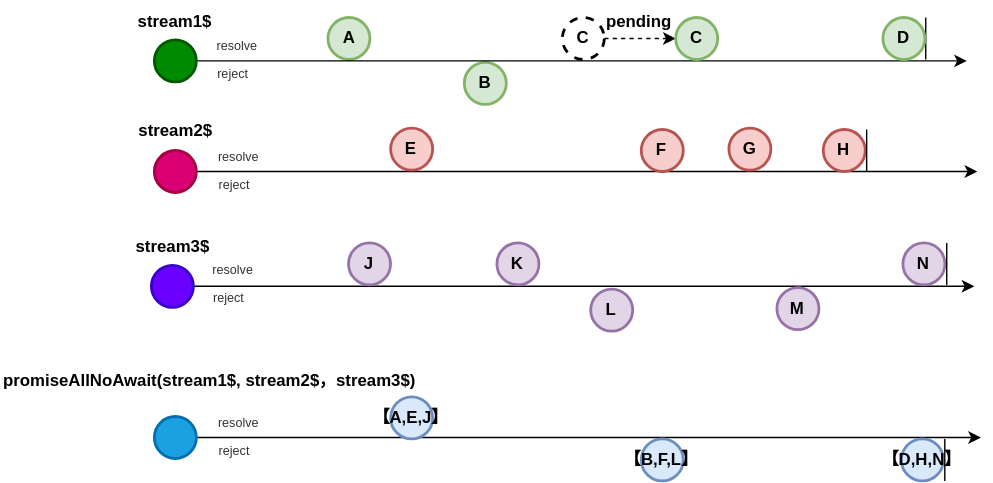
Before: docs/public/promiseAllNoAwait.drawio.svg, a diagram exported from draw.io (fluthjs/fluth-doc). Source tidied: cells renumbered, new cells last; positions are measured from the earlier drawing's top-left corner, leaving out a move shared by most shapes.
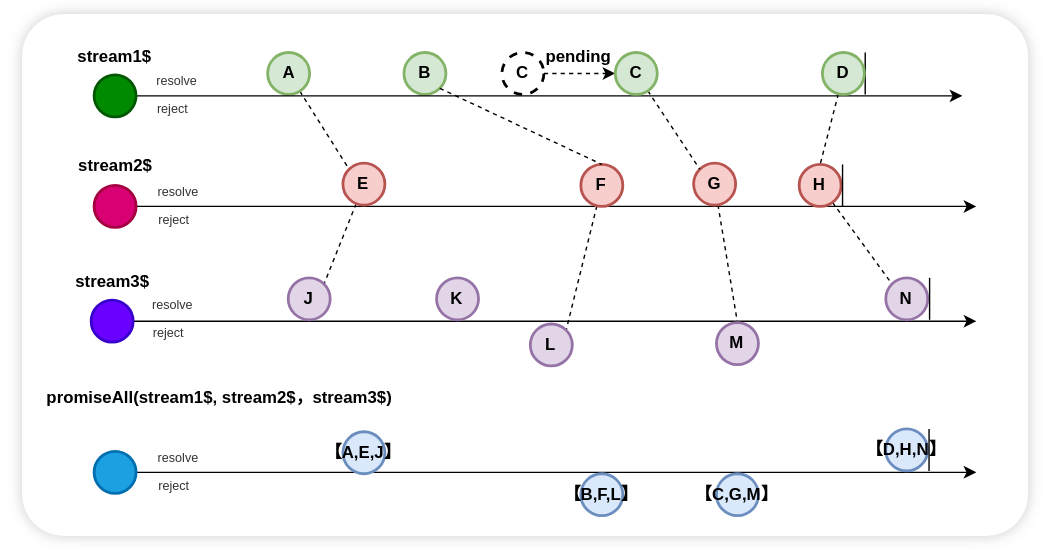
After the commit.

What changed in the source:
```diff
@@ -2,131 +2,161 @@
   <root>
     <mxCell id="0" />
     <mxCell id="1" parent="0" />
-    <mxCell id="2" style="edgeStyle=orthogonalEdgeStyle;rounded=0;jettySize=auto;html=1;exitX=1;exitY=0.5;exitDx=0;exitDy=0;" parent="1" edge="1" source="5">
-      <mxGeometry relative="1" as="geometry">
-        <mxPoint x="697.4" y="122" as="targetPoint" />
-        <Array as="points">
-          <mxPoint x="149.4" y="122" />
-        </Array>
-      </mxGeometry>
-    </mxCell>
+    <mxCell id="45" style="rounded=1;whiteSpace=wrap;html=1;fontFamily=Helvetica;fontSize=11;fontColor=default;labelBackgroundColor=default;arcSize=8;shadow=1;glass=0;strokeColor=none;shadowOffsetX=0;shadowOffsetY=0;shadowBlur=5;shadowColor=#333333;" parent="1" vertex="1">
+      <mxGeometry x="58.1" y="-15.5" width="718.9" height="373" as="geometry" />
+    </mxCell>
+    <mxCell id="46" style="edgeStyle=orthogonalEdgeStyle;rounded=0;jettySize=auto;html=1;exitX=1;exitY=0.5;exitDx=0;exitDy=0;" parent="1" edge="1" source="47">
+      <mxGeometry relative="1" as="geometry">
+        <mxPoint x="740" y="122" as="targetPoint" />
+        <Array as="points">
+          <mxPoint x="149.4" y="122" />
+        </Array>
+      </mxGeometry>
+    </mxCell>
     <mxCell id="3" value="&lt;b&gt;stream1$&lt;/b&gt;" style="text;html=1;align=center;verticalAlign=middle;whiteSpace=wrap;rounded=0;" parent="1" vertex="1">
       <mxGeometry x="42.1" y="2" width="165" height="26" as="geometry" />
     </mxCell>
     <mxCell id="4" value="&lt;b&gt;stream2$&lt;/b&gt;" style="text;html=1;align=center;verticalAlign=middle;whiteSpace=wrap;rounded=0;" parent="1" vertex="1">
       <mxGeometry x="49.6" y="80" width="150" height="26" as="geometry" />
     </mxCell>
-    <mxCell id="5" style="ellipse;whiteSpace=wrap;html=1;strokeWidth=2;fontStyle=1;fillColor=#d80073;fontColor=#ffffff;strokeColor=#A50040;" parent="1" vertex="1">
-      <mxGeometry x="109.6" y="107" width="30" height="30" as="geometry" />
-    </mxCell>
+    <mxCell id="47" style="ellipse;whiteSpace=wrap;html=1;strokeWidth=2;fontStyle=1;fillColor=#d80073;fontColor=#ffffff;strokeColor=#A50040;" parent="1" vertex="1">
+      <mxGeometry x="109.6" y="107" width="30" height="30" as="geometry" />
+    </mxCell>
+    <mxCell id="48" style="html=1;entryX=0;entryY=0;entryDx=0;entryDy=0;endArrow=none;endFill=0;dashed=1;" parent="1" edge="1" source="6" target="8">
+      <mxGeometry relative="1" as="geometry" />
+    </mxCell>
     <mxCell id="6" value="A" style="ellipse;whiteSpace=wrap;html=1;strokeWidth=2;fontStyle=1;fillColor=#d5e8d4;strokeColor=#82b366;" parent="1" vertex="1">
       <mxGeometry x="233.6" y="12" width="30" height="30" as="geometry" />
     </mxCell>
     <mxCell id="7" value="B" style="ellipse;whiteSpace=wrap;html=1;strokeWidth=2;fontStyle=1;fillColor=#d5e8d4;strokeColor=#82b366;" parent="1" vertex="1">
-      <mxGeometry x="331" y="44" width="30" height="30" as="geometry" />
+      <mxGeometry x="331" y="12" width="30" height="30" as="geometry" />
     </mxCell>
+    <mxCell id="40" style="edgeStyle=none;html=1;entryX=0;entryY=0.5;entryDx=0;entryDy=0;dashed=1;" parent="1" edge="1" source="41" target="42">
+      <mxGeometry relative="1" as="geometry" />
+    </mxCell>
+    <mxCell id="41" value="C" style="ellipse;whiteSpace=wrap;html=1;strokeWidth=2;fontStyle=1;dashed=1;" parent="1" vertex="1">
+      <mxGeometry x="401" y="12" width="30" height="30" as="geometry" />
+    </mxCell>
+    <mxCell id="49" style="html=1;entryX=1;entryY=0;entryDx=0;entryDy=0;endArrow=none;endFill=0;dashed=1;" parent="1" edge="1" source="8" target="32">
+      <mxGeometry relative="1" as="geometry" />
+    </mxCell>
     <mxCell id="8" value="E" style="ellipse;whiteSpace=wrap;html=1;strokeWidth=2;fontStyle=1;fillColor=#f8cecc;strokeColor=#b85450;" parent="1" vertex="1">
-      <mxGeometry x="278.4" y="91" width="30" height="30" as="geometry" />
+      <mxGeometry x="287.4" y="91" width="30" height="30" as="geometry" />
     </mxCell>
+    <mxCell id="50" style="html=1;entryX=1;entryY=0;entryDx=0;entryDy=0;dashed=1;endArrow=none;endFill=0;" parent="1" edge="1" source="9" target="36">
+      <mxGeometry relative="1" as="geometry" />
+    </mxCell>
     <mxCell id="9" value="F" style="ellipse;whiteSpace=wrap;html=1;strokeWidth=2;fontStyle=1;fillColor=#f8cecc;strokeColor=#b85450;" parent="1" vertex="1">
       <mxGeometry x="457.4" y="92" width="30" height="30" as="geometry" />
     </mxCell>
+    <mxCell id="51" style="html=1;entryX=0;entryY=0;entryDx=0;entryDy=0;dashed=1;endArrow=none;endFill=0;" parent="1" edge="1" source="10" target="38">
+      <mxGeometry relative="1" as="geometry" />
+    </mxCell>
     <mxCell id="10" value="H" style="ellipse;whiteSpace=wrap;html=1;strokeWidth=2;fontStyle=1;fillColor=#f8cecc;strokeColor=#b85450;" parent="1" vertex="1">
-      <mxGeometry x="587.4" y="92" width="30" height="30" as="geometry" />
+      <mxGeometry x="613.4" y="92" width="30" height="30" as="geometry" />
     </mxCell>
-    <mxCell id="11" style="endArrow=none;html=1;rounded=0;strokeWidth=1;" parent="1" edge="1">
-      <mxGeometry relative="1" as="geometry">
-        <mxPoint x="660.6" y="42" as="sourcePoint" />
-        <mxPoint x="660.6" y="12" as="targetPoint" />
-      </mxGeometry>
-    </mxCell>
-    <mxCell id="12" style="endArrow=none;html=1;rounded=0;strokeWidth=1;" parent="1" edge="1">
-      <mxGeometry relative="1" as="geometry">
-        <mxPoint x="618.4" y="122" as="sourcePoint" />
-        <mxPoint x="618.4" y="92" as="targetPoint" />
-      </mxGeometry>
-    </mxCell>
-    <mxCell id="13" value="promiseAllNoAwait(stream1$, stream2$，stream3$)" style="text;whiteSpace=wrap;strokeWidth=1;fontStyle=1;" parent="1" vertex="1">
-      <mxGeometry y="258" width="330" height="32" as="geometry" />
-    </mxCell>
-    <mxCell id="14" style="edgeStyle=orthogonalEdgeStyle;rounded=0;jettySize=auto;html=1;" parent="1" edge="1" source="15">
-      <mxGeometry relative="1" as="geometry">
-        <mxPoint x="700" y="312" as="targetPoint" />
-      </mxGeometry>
-    </mxCell>
-    <mxCell id="15" style="ellipse;whiteSpace=wrap;html=1;strokeWidth=2;fontStyle=1;fillColor=#1ba1e2;fontColor=#ffffff;strokeColor=#006EAF;" parent="1" vertex="1">
-      <mxGeometry x="109.6" y="297" width="30" height="30" as="geometry" />
-    </mxCell>
+    <mxCell id="52" style="endArrow=none;html=1;rounded=0;strokeWidth=1;" parent="1" edge="1">
+      <mxGeometry relative="1" as="geometry">
+        <mxPoint x="660.6" y="42" as="sourcePoint" />
+        <mxPoint x="660.6" y="12" as="targetPoint" />
+      </mxGeometry>
+    </mxCell>
+    <mxCell id="53" style="endArrow=none;html=1;rounded=0;strokeWidth=1;" parent="1" edge="1">
+      <mxGeometry relative="1" as="geometry">
+        <mxPoint x="644.4" y="122" as="sourcePoint" />
+        <mxPoint x="644.4" y="92" as="targetPoint" />
+      </mxGeometry>
+    </mxCell>
+    <mxCell id="54" value="promiseAll(stream1$, stream2$，stream3$)" style="text;whiteSpace=wrap;strokeWidth=1;fontStyle=1;" parent="1" vertex="1">
+      <mxGeometry x="74" y="245" width="260" height="32" as="geometry" />
+    </mxCell>
+    <mxCell id="55" style="edgeStyle=orthogonalEdgeStyle;rounded=0;jettySize=auto;html=1;" parent="1" edge="1" source="56">
+      <mxGeometry relative="1" as="geometry">
+        <mxPoint x="740" y="312" as="targetPoint" />
+      </mxGeometry>
+    </mxCell>
+    <mxCell id="56" style="ellipse;whiteSpace=wrap;html=1;strokeWidth=2;fontStyle=1;fillColor=#1ba1e2;fontColor=#ffffff;strokeColor=#006EAF;" parent="1" vertex="1">
+      <mxGeometry x="109.6" y="297" width="30" height="30" as="geometry" />
+    </mxCell>
     <mxCell id="16" value="&lt;span style=&quot;color: rgb(0, 0, 0);&quot;&gt;【A,E,J】&lt;/span&gt;" style="ellipse;whiteSpace=wrap;html=1;strokeWidth=2;fontStyle=1;fillColor=#dae8fc;strokeColor=#6c8ebf;" parent="1" vertex="1">
-      <mxGeometry x="278.4" y="283" width="30" height="30" as="geometry" />
+      <mxGeometry x="287.4" y="283" width="30" height="30" as="geometry" />
     </mxCell>
+    <mxCell id="44" value="&lt;span style=&quot;color: rgb(0, 0, 0);&quot;&gt;【B,F,L】&lt;/span&gt;" style="ellipse;whiteSpace=wrap;html=1;strokeWidth=2;fontStyle=1;fillColor=#dae8fc;strokeColor=#6c8ebf;" parent="1" vertex="1">
+      <mxGeometry x="457.4" y="313" width="30" height="30" as="geometry" />
+    </mxCell>
     <mxCell id="17" value="&lt;span style=&quot;color: rgb(0, 0, 0);&quot;&gt;【D,H,N】&lt;/span&gt;" style="ellipse;whiteSpace=wrap;html=1;strokeWidth=2;fontStyle=1;fillColor=#dae8fc;strokeColor=#6c8ebf;" parent="1" vertex="1">
-      <mxGeometry x="643.2" y="313" width="30" height="30" as="geometry" />
+      <mxGeometry x="675.2" y="281" width="30" height="30" as="geometry" />
     </mxCell>
-    <mxCell id="18" style="endArrow=none;html=1;rounded=0;strokeWidth=1;" parent="1" edge="1">
-      <mxGeometry relative="1" as="geometry">
-        <mxPoint x="674.2" y="343" as="sourcePoint" />
-        <mxPoint x="674.2" y="313" as="targetPoint" />
-      </mxGeometry>
-    </mxCell>
-    <mxCell id="19" value="resolve" style="text;html=1;align=center;verticalAlign=middle;whiteSpace=wrap;rounded=0;fontSize=9;fontColor=#333333;" parent="1" vertex="1">
-      <mxGeometry x="138.8" y="18" width="60" height="30" as="geometry" />
-    </mxCell>
-    <mxCell id="20" value="reject" style="text;html=1;align=center;verticalAlign=middle;whiteSpace=wrap;rounded=0;fontSize=9;fontColor=#333333;" parent="1" vertex="1">
-      <mxGeometry x="135.8" y="38" width="60" height="30" as="geometry" />
-    </mxCell>
-    <mxCell id="21" style="edgeStyle=orthogonalEdgeStyle;rounded=0;jettySize=auto;html=1;" parent="1" edge="1" source="22">
-      <mxGeometry relative="1" as="geometry">
-        <mxPoint x="690" y="43" as="targetPoint" />
-      </mxGeometry>
-    </mxCell>
-    <mxCell id="22" style="ellipse;whiteSpace=wrap;html=1;strokeWidth=2;fontStyle=1;fillColor=#008a00;fontColor=#ffffff;strokeColor=#005700;" parent="1" vertex="1">
-      <mxGeometry x="109.6" y="28" width="30" height="30" as="geometry" />
-    </mxCell>
-    <mxCell id="23" value="resolve" style="text;html=1;align=center;verticalAlign=middle;whiteSpace=wrap;rounded=0;fontSize=9;fontColor=#333333;" parent="1" vertex="1">
-      <mxGeometry x="140.3" y="97" width="60" height="30" as="geometry" />
-    </mxCell>
-    <mxCell id="24" value="reject" style="text;html=1;align=center;verticalAlign=middle;whiteSpace=wrap;rounded=0;fontSize=9;fontColor=#333333;" parent="1" vertex="1">
-      <mxGeometry x="137.3" y="117" width="60" height="30" as="geometry" />
-    </mxCell>
-    <mxCell id="25" value="resolve" style="text;html=1;align=center;verticalAlign=middle;whiteSpace=wrap;rounded=0;fontSize=9;fontColor=#333333;" parent="1" vertex="1">
-      <mxGeometry x="140.3" y="287" width="60" height="30" as="geometry" />
-    </mxCell>
-    <mxCell id="26" value="reject" style="text;html=1;align=center;verticalAlign=middle;whiteSpace=wrap;rounded=0;fontSize=9;fontColor=#333333;" parent="1" vertex="1">
-      <mxGeometry x="137.3" y="307" width="60" height="30" as="geometry" />
-    </mxCell>
+    <mxCell id="57" style="endArrow=none;html=1;rounded=0;strokeWidth=1;" parent="1" edge="1">
+      <mxGeometry relative="1" as="geometry">
+        <mxPoint x="706.2" y="311" as="sourcePoint" />
+        <mxPoint x="706.2" y="281" as="targetPoint" />
+      </mxGeometry>
+    </mxCell>
+    <mxCell id="58" value="resolve" style="text;html=1;align=center;verticalAlign=middle;whiteSpace=wrap;rounded=0;fontSize=9;fontColor=#333333;" parent="1" vertex="1">
+      <mxGeometry x="138.8" y="18" width="60" height="30" as="geometry" />
+    </mxCell>
+    <mxCell id="59" value="reject" style="text;html=1;align=center;verticalAlign=middle;whiteSpace=wrap;rounded=0;fontSize=9;fontColor=#333333;" parent="1" vertex="1">
+      <mxGeometry x="135.8" y="38" width="60" height="30" as="geometry" />
+    </mxCell>
+    <mxCell id="60" style="edgeStyle=orthogonalEdgeStyle;rounded=0;jettySize=auto;html=1;" parent="1" edge="1" source="61">
+      <mxGeometry relative="1" as="geometry">
+        <mxPoint x="730" y="43" as="targetPoint" />
+      </mxGeometry>
+    </mxCell>
+    <mxCell id="61" style="ellipse;whiteSpace=wrap;html=1;strokeWidth=2;fontStyle=1;fillColor=#008a00;fontColor=#ffffff;strokeColor=#005700;" parent="1" vertex="1">
+      <mxGeometry x="109.6" y="28" width="30" height="30" as="geometry" />
+    </mxCell>
+    <mxCell id="62" value="resolve" style="text;html=1;align=center;verticalAlign=middle;whiteSpace=wrap;rounded=0;fontSize=9;fontColor=#333333;" parent="1" vertex="1">
+      <mxGeometry x="140.3" y="97" width="60" height="30" as="geometry" />
+    </mxCell>
+    <mxCell id="63" value="reject" style="text;html=1;align=center;verticalAlign=middle;whiteSpace=wrap;rounded=0;fontSize=9;fontColor=#333333;" parent="1" vertex="1">
+      <mxGeometry x="137.3" y="117" width="60" height="30" as="geometry" />
+    </mxCell>
+    <mxCell id="64" value="resolve" style="text;html=1;align=center;verticalAlign=middle;whiteSpace=wrap;rounded=0;fontSize=9;fontColor=#333333;" parent="1" vertex="1">
+      <mxGeometry x="140.3" y="287" width="60" height="30" as="geometry" />
+    </mxCell>
+    <mxCell id="65" value="reject" style="text;html=1;align=center;verticalAlign=middle;whiteSpace=wrap;rounded=0;fontSize=9;fontColor=#333333;" parent="1" vertex="1">
+      <mxGeometry x="137.3" y="307" width="60" height="30" as="geometry" />
+    </mxCell>
+    <mxCell id="66" style="html=1;entryX=0.5;entryY=0;entryDx=0;entryDy=0;dashed=1;endArrow=none;endFill=0;" parent="1" edge="1" source="27" target="10">
+      <mxGeometry relative="1" as="geometry" />
+    </mxCell>
     <mxCell id="27" value="D" style="ellipse;whiteSpace=wrap;html=1;strokeWidth=2;fontStyle=1;fillColor=#d5e8d4;strokeColor=#82b366;" parent="1" vertex="1">
       <mxGeometry x="630" y="12" width="30" height="30" as="geometry" />
     </mxCell>
+    <mxCell id="67" style="edgeStyle=none;html=1;entryX=0.5;entryY=0;entryDx=0;entryDy=0;endArrow=none;endFill=0;dashed=1;" parent="1" edge="1" source="28" target="37">
+      <mxGeometry relative="1" as="geometry" />
+    </mxCell>
     <mxCell id="28" value="G" style="ellipse;whiteSpace=wrap;html=1;strokeWidth=2;fontStyle=1;fillColor=#f8cecc;strokeColor=#b85450;" parent="1" vertex="1">
-      <mxGeometry x="520" y="91" width="30" height="30" as="geometry" />
+      <mxGeometry x="538" y="91" width="30" height="30" as="geometry" />
     </mxCell>
-    <mxCell id="29" style="edgeStyle=orthogonalEdgeStyle;rounded=0;jettySize=auto;html=1;exitX=1;exitY=0.5;exitDx=0;exitDy=0;" parent="1" edge="1" source="31">
-      <mxGeometry relative="1" as="geometry">
-        <mxPoint x="695.3" y="204" as="targetPoint" />
-        <Array as="points">
-          <mxPoint x="147.3" y="204" />
-        </Array>
-      </mxGeometry>
-    </mxCell>
+    <mxCell id="68" style="edgeStyle=orthogonalEdgeStyle;rounded=0;jettySize=auto;html=1;exitX=1;exitY=0.5;exitDx=0;exitDy=0;" parent="1" edge="1" source="69">
+      <mxGeometry relative="1" as="geometry">
+        <mxPoint x="740" y="204" as="targetPoint" />
+        <Array as="points">
+          <mxPoint x="147.3" y="204" />
+        </Array>
+      </mxGeometry>
+    </mxCell>
     <mxCell id="30" value="&lt;b&gt;stream3$&lt;/b&gt;" style="text;html=1;align=center;verticalAlign=middle;whiteSpace=wrap;rounded=0;" parent="1" vertex="1">
       <mxGeometry x="47.5" y="163" width="150" height="26" as="geometry" />
     </mxCell>
-    <mxCell id="31" style="ellipse;whiteSpace=wrap;html=1;strokeWidth=2;fontStyle=1;fillColor=#6a00ff;fontColor=#ffffff;strokeColor=#3700CC;" parent="1" vertex="1">
-      <mxGeometry x="107.5" y="189" width="30" height="30" as="geometry" />
-    </mxCell>
+    <mxCell id="69" style="ellipse;whiteSpace=wrap;html=1;strokeWidth=2;fontStyle=1;fillColor=#6a00ff;fontColor=#ffffff;strokeColor=#3700CC;" parent="1" vertex="1">
+      <mxGeometry x="107.5" y="189" width="30" height="30" as="geometry" />
+    </mxCell>
     <mxCell id="32" value="J" style="ellipse;whiteSpace=wrap;html=1;strokeWidth=2;fontStyle=1;fillColor=#e1d5e7;strokeColor=#9673a6;" parent="1" vertex="1">
       <mxGeometry x="248.3" y="173" width="30" height="30" as="geometry" />
     </mxCell>
     <mxCell id="33" value="K" style="ellipse;whiteSpace=wrap;html=1;strokeWidth=2;fontStyle=1;fillColor=#e1d5e7;strokeColor=#9673a6;" parent="1" vertex="1">
       <mxGeometry x="354.3" y="173" width="30" height="30" as="geometry" />
     </mxCell>
-    <mxCell id="34" value="resolve" style="text;html=1;align=center;verticalAlign=middle;whiteSpace=wrap;rounded=0;fontSize=9;fontColor=#333333;" parent="1" vertex="1">
-      <mxGeometry x="136" y="178" width="60" height="30" as="geometry" />
-    </mxCell>
-    <mxCell id="35" value="reject" style="text;html=1;align=center;verticalAlign=middle;whiteSpace=wrap;rounded=0;fontSize=9;fontColor=#333333;" parent="1" vertex="1">
-      <mxGeometry x="133" y="198" width="60" height="30" as="geometry" />
-    </mxCell>
+    <mxCell id="70" value="resolve" style="text;html=1;align=center;verticalAlign=middle;whiteSpace=wrap;rounded=0;fontSize=9;fontColor=#333333;" parent="1" vertex="1">
+      <mxGeometry x="136" y="178" width="60" height="30" as="geometry" />
+    </mxCell>
+    <mxCell id="71" value="reject" style="text;html=1;align=center;verticalAlign=middle;whiteSpace=wrap;rounded=0;fontSize=9;fontColor=#333333;" parent="1" vertex="1">
+      <mxGeometry x="133" y="198" width="60" height="30" as="geometry" />
+    </mxCell>
     <mxCell id="36" value="L" style="ellipse;whiteSpace=wrap;html=1;strokeWidth=2;fontStyle=1;fillColor=#e1d5e7;strokeColor=#9673a6;" parent="1" vertex="1">
       <mxGeometry x="421.3" y="206" width="30" height="30" as="geometry" />
     </mxCell>
@@ -134,28 +164,28 @@
       <mxGeometry x="554.3" y="205" width="30" height="30" as="geometry" />
     </mxCell>
     <mxCell id="38" value="N" style="ellipse;whiteSpace=wrap;html=1;strokeWidth=2;fontStyle=1;fillColor=#e1d5e7;strokeColor=#9673a6;" parent="1" vertex="1">
-      <mxGeometry x="644.3" y="173" width="30" height="30" as="geometry" />
+      <mxGeometry x="675.3" y="173" width="30" height="30" as="geometry" />
     </mxCell>
-    <mxCell id="39" style="endArrow=none;html=1;rounded=0;strokeWidth=1;" parent="1" edge="1">
-      <mxGeometry relative="1" as="geometry">
-        <mxPoint x="675.6" y="203" as="sourcePoint" />
-        <mxPoint x="675.6" y="173" as="targetPoint" />
-      </mxGeometry>
-    </mxCell>
-    <mxCell id="40" style="edgeStyle=none;html=1;entryX=0;entryY=0.5;entryDx=0;entryDy=0;dashed=1;" parent="1" edge="1" source="41" target="42">
-      <mxGeometry relative="1" as="geometry" />
-    </mxCell>
-    <mxCell id="41" value="C" style="ellipse;whiteSpace=wrap;html=1;strokeWidth=2;fontStyle=1;dashed=1;" parent="1" vertex="1">
-      <mxGeometry x="401" y="12" width="30" height="30" as="geometry" />
-    </mxCell>
+    <mxCell id="72" style="endArrow=none;html=1;rounded=0;strokeWidth=1;" parent="1" edge="1">
+      <mxGeometry relative="1" as="geometry">
+        <mxPoint x="706.6" y="203" as="sourcePoint" />
+        <mxPoint x="706.6" y="173" as="targetPoint" />
+      </mxGeometry>
+    </mxCell>
+    <mxCell id="73" style="html=1;entryX=0.5;entryY=0;entryDx=0;entryDy=0;dashed=1;endArrow=none;endFill=0;exitX=1;exitY=1;exitDx=0;exitDy=0;" parent="1" edge="1" source="7" target="9">
+      <mxGeometry relative="1" as="geometry" />
+    </mxCell>
+    <mxCell id="74" style="edgeStyle=none;html=1;entryX=0;entryY=0;entryDx=0;entryDy=0;endArrow=none;endFill=0;dashed=1;" parent="1" edge="1" source="42" target="28">
+      <mxGeometry relative="1" as="geometry" />
+    </mxCell>
     <mxCell id="42" value="C" style="ellipse;whiteSpace=wrap;html=1;strokeWidth=2;fontStyle=1;fillColor=#d5e8d4;strokeColor=#82b366;" parent="1" vertex="1">
       <mxGeometry x="482" y="12" width="30" height="30" as="geometry" />
     </mxCell>
     <mxCell id="43" value="&lt;b&gt;pending&lt;/b&gt;" style="text;html=1;align=center;verticalAlign=middle;whiteSpace=wrap;rounded=0;" parent="1" vertex="1">
       <mxGeometry x="426" width="60" height="30" as="geometry" />
     </mxCell>
-    <mxCell id="44" value="&lt;span style=&quot;color: rgb(0, 0, 0);&quot;&gt;【B,F,L】&lt;/span&gt;" style="ellipse;whiteSpace=wrap;html=1;strokeWidth=2;fontStyle=1;fillColor=#dae8fc;strokeColor=#6c8ebf;" parent="1" vertex="1">
-      <mxGeometry x="457.4" y="313" width="30" height="30" as="geometry" />
-    </mxCell>
+    <mxCell id="75" value="&lt;span style=&quot;color: rgb(0, 0, 0);&quot;&gt;【C,G,M】&lt;/span&gt;" style="ellipse;whiteSpace=wrap;html=1;strokeWidth=2;fontStyle=1;fillColor=#dae8fc;strokeColor=#6c8ebf;" parent="1" vertex="1">
+      <mxGeometry x="554.3" y="313" width="30" height="30" as="geometry" />
+    </mxCell>
   </root>
 </mxGraphModel>
```
